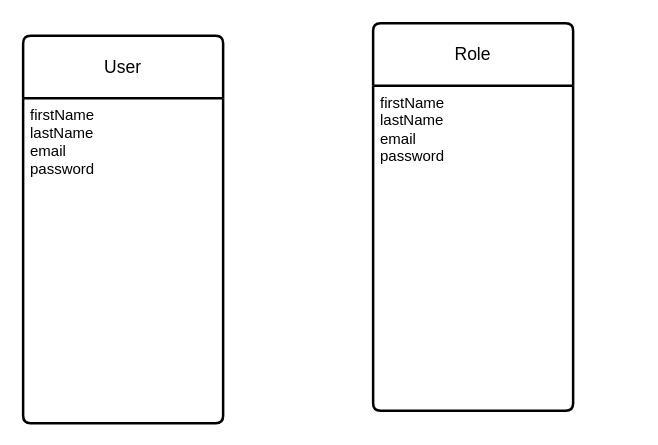
Before: DOCS/Modelo Conceitual.drawio in Navelogic/HoneyMoney, a draw.io diagram. Source tidied: cells renumbered, new cells numbered last; positions are measured from the earlier drawing's top-left corner, leaving out a move shared by most shapes. Both pictures are drawn from the tidied source at 125%, with x=0, y=0 at pixel (22, 22).
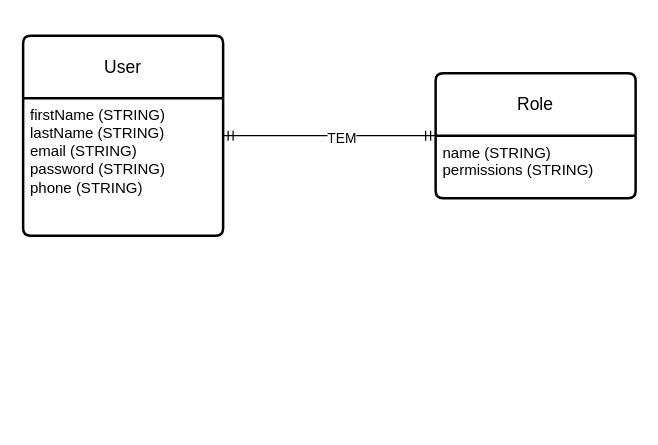
The same page after the edit.

What changed in the source:
```diff
@@
 <mxGraphModel>
   <root>
     <mxCell id="0" />
     <mxCell id="1" parent="0" />
     <mxCell id="2" value="User" style="swimlane;horizontal=1;startSize=50;rounded=1;fontSize=14;fontStyle=0;strokeWidth=2;shadow=0;dashed=0;align=center;arcSize=4;whiteSpace=wrap;html=1;" parent="1" vertex="1">
-      <mxGeometry y="10" width="160" height="310" as="geometry" />
+      <mxGeometry y="10" width="160" height="160" as="geometry" />
     </mxCell>
-    <mxCell id="3" value="firstName&lt;br&gt;lastName&lt;br&gt;email&lt;br&gt;password" style="align=left;strokeColor=none;fillColor=none;spacingLeft=4;fontSize=12;verticalAlign=top;html=1;" parent="2" vertex="1">
-      <mxGeometry y="50" width="160" height="260" as="geometry" />
+    <mxCell id="3" value="firstName (STRING)&lt;br&gt;lastName (STRING)&lt;br&gt;email (STRING)&lt;br&gt;password (STRING)&lt;br&gt;phone (STRING)" style="align=left;strokeColor=none;fillColor=none;spacingLeft=4;fontSize=12;verticalAlign=top;html=1;" parent="2" vertex="1">
+      <mxGeometry y="50" width="160" height="110" as="geometry" />
     </mxCell>
     <mxCell id="4" value="Role" style="swimlane;horizontal=1;startSize=50;rounded=1;fontSize=14;fontStyle=0;strokeWidth=2;shadow=0;dashed=0;align=center;arcSize=4;whiteSpace=wrap;html=1;" parent="1" vertex="1">
-      <mxGeometry x="280" width="160" height="310" as="geometry" />
+      <mxGeometry x="330" y="40" width="160" height="100" as="geometry" />
     </mxCell>
-    <mxCell id="5" value="firstName&lt;br&gt;lastName&lt;br&gt;email&lt;br&gt;password" style="align=left;strokeColor=none;fillColor=none;spacingLeft=4;fontSize=12;verticalAlign=top;html=1;" parent="4" vertex="1">
-      <mxGeometry y="50" width="160" height="260" as="geometry" />
+    <mxCell id="5" value="name (STRING)&lt;br&gt;permissions (STRING)" style="align=left;strokeColor=none;fillColor=none;spacingLeft=4;fontSize=12;verticalAlign=top;html=1;" parent="4" vertex="1">
+      <mxGeometry y="50" width="160" height="50" as="geometry" />
     </mxCell>
+    <mxCell id="6" style="edgeStyle=entityRelationEdgeStyle;fontSize=12;html=1;endArrow=ERmandOne;startArrow=ERmandOne;rounded=0;" parent="1" edge="1" source="2" target="4">
+      <mxGeometry relative="1" as="geometry" />
+    </mxCell>
+    <mxCell id="7" value="TEM" style="edgeLabel;html=1;align=center;verticalAlign=middle;" parent="6" vertex="1">
+      <mxGeometry x="0.11" y="-1" relative="1" as="geometry" />
+    </mxCell>
   </root>
 </mxGraphModel>
```
